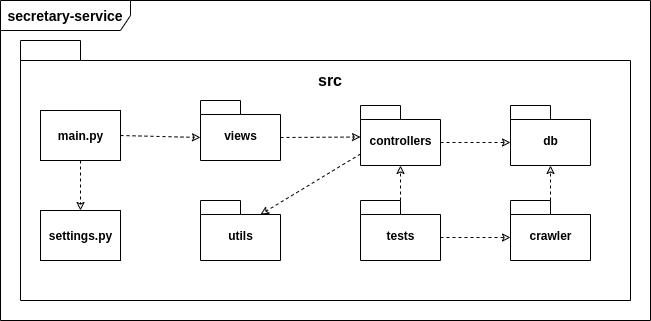
This is stay-safe/docs/images/architecture/secretary-service.png from fga-eps-mds/2020.1-stay-safe-docs, a draw.io export, as it was before one commit. Source tidied: cells renumbered, new cells last; positions are measured from the earlier drawing's top-left corner, leaving out a move shared by most shapes. Its diagram source:
```xml
<mxGraphModel>
  <root>
    <mxCell id="0" />
    <mxCell id="1" parent="0" />
    <mxCell id="2" value="&lt;b&gt;&lt;font style=&quot;font-size: 14px&quot;&gt;secretary-service&lt;/font&gt;&lt;/b&gt;" style="shape=umlFrame;whiteSpace=wrap;html=1;width=130;height=30;" parent="1" vertex="1">
      <mxGeometry width="650" height="320" as="geometry" />
    </mxCell>
    <mxCell id="3" value="crwaler" style="shape=folder;fontStyle=1;spacingTop=10;tabWidth=40;tabHeight=14;tabPosition=left;html=1;" parent="1" vertex="1">
      <mxGeometry x="200" y="130" width="70" height="50" as="geometry" />
    </mxCell>
    <mxCell id="4" value="main" style="shape=folder;fontStyle=1;spacingTop=10;tabWidth=40;tabHeight=14;tabPosition=left;html=1;" parent="1" vertex="1">
      <mxGeometry x="410" y="170" width="70" height="50" as="geometry" />
    </mxCell>
    <mxCell id="5" style="shape=folder;fontStyle=1;spacingTop=10;tabWidth=60;tabHeight=20;tabPosition=left;html=1;" parent="1" vertex="1">
      <mxGeometry x="20" y="40" width="610" height="260" as="geometry" />
    </mxCell>
    <mxCell id="6" value="&lt;b style=&quot;font-size: 16px;&quot;&gt;src&lt;/b&gt;" style="text;html=1;strokeColor=none;fillColor=none;align=center;verticalAlign=middle;whiteSpace=wrap;rounded=0;fontSize=16;" parent="1" vertex="1">
      <mxGeometry x="310" y="70" width="40" height="20" as="geometry" />
    </mxCell>
    <mxCell id="7" value="views" style="shape=folder;fontStyle=1;spacingTop=10;tabWidth=40;tabHeight=14;tabPosition=left;html=1;" parent="1" vertex="1">
      <mxGeometry x="200" y="100" width="80" height="60" as="geometry" />
    </mxCell>
    <mxCell id="8" value="&lt;b&gt;main.py&lt;/b&gt;" style="html=1;" parent="1" vertex="1">
      <mxGeometry x="40" y="110" width="80" height="50" as="geometry" />
    </mxCell>
    <mxCell id="9" value="&lt;b&gt;settings.py&lt;/b&gt;" style="html=1;" parent="1" vertex="1">
      <mxGeometry x="40" y="210" width="80" height="50" as="geometry" />
    </mxCell>
    <mxCell id="10" style="endArrow=classic;html=1;fontSize=16;dashed=1;endFill=0;exitX=1;exitY=0.5;exitDx=0;exitDy=0;entryX=0;entryY=0;entryDx=0;entryDy=37;entryPerimeter=0;" parent="1" edge="1" source="8" target="7">
      <mxGeometry relative="1" as="geometry" />
    </mxCell>
    <mxCell id="11" style="endArrow=classic;html=1;fontSize=16;dashed=1;endFill=0;exitX=0;exitY=0;exitDx=80;exitDy=37;exitPerimeter=0;" parent="1" edge="1" source="7">
      <mxGeometry relative="1" as="geometry">
        <mxPoint x="360" y="136.5" as="targetPoint" />
      </mxGeometry>
    </mxCell>
    <mxCell id="12" style="endArrow=classic;html=1;fontSize=16;dashed=1;endFill=0;exitX=0.5;exitY=1;exitDx=0;exitDy=0;" parent="1" edge="1" source="8" target="9">
      <mxGeometry relative="1" as="geometry" />
    </mxCell>
    <mxCell id="13" style="edgeStyle=orthogonalEdgeStyle;rounded=0;jettySize=auto;html=1;exitX=0;exitY=0;exitDx=80;exitDy=37;exitPerimeter=0;entryX=0;entryY=0;entryDx=0;entryDy=37;entryPerimeter=0;dashed=1;endArrow=classic;endFill=0;fontSize=16;" parent="1" edge="1" source="14" target="19">
      <mxGeometry relative="1" as="geometry" />
    </mxCell>
    <mxCell id="14" value="controllers" style="shape=folder;fontStyle=1;spacingTop=10;tabWidth=40;tabHeight=14;tabPosition=left;html=1;" parent="1" vertex="1">
      <mxGeometry x="360" y="105" width="80" height="60" as="geometry" />
    </mxCell>
    <mxCell id="15" value="utils" style="shape=folder;fontStyle=1;spacingTop=10;tabWidth=40;tabHeight=14;tabPosition=left;html=1;" parent="1" vertex="1">
      <mxGeometry x="200" y="200" width="80" height="60" as="geometry" />
    </mxCell>
    <mxCell id="16" style="endArrow=classic;html=1;fontSize=16;dashed=1;endFill=0;exitX=0;exitY=0;exitDx=0;exitDy=48.5;exitPerimeter=0;entryX=0;entryY=0;entryDx=60;entryDy=14;entryPerimeter=0;" parent="1" edge="1" source="14" target="15">
      <mxGeometry relative="1" as="geometry" />
    </mxCell>
    <mxCell id="17" style="edgeStyle=orthogonalEdgeStyle;rounded=0;jettySize=auto;html=1;exitX=0;exitY=0;exitDx=40;exitDy=0;exitPerimeter=0;entryX=0.5;entryY=1;entryDx=0;entryDy=0;entryPerimeter=0;dashed=1;endArrow=classic;endFill=0;fontSize=16;" parent="1" edge="1" source="18" target="19">
      <mxGeometry relative="1" as="geometry" />
    </mxCell>
    <mxCell id="18" value="crawler" style="shape=folder;fontStyle=1;spacingTop=10;tabWidth=40;tabHeight=14;tabPosition=left;html=1;" parent="1" vertex="1">
      <mxGeometry x="510" y="200" width="80" height="60" as="geometry" />
    </mxCell>
    <mxCell id="19" value="db" style="shape=folder;fontStyle=1;spacingTop=10;tabWidth=40;tabHeight=14;tabPosition=left;html=1;" parent="1" vertex="1">
      <mxGeometry x="510" y="105" width="80" height="60" as="geometry" />
    </mxCell>
    <mxCell id="20" style="edgeStyle=orthogonalEdgeStyle;rounded=0;jettySize=auto;html=1;exitX=0;exitY=0;exitDx=40;exitDy=0;exitPerimeter=0;entryX=0.5;entryY=1;entryDx=0;entryDy=0;entryPerimeter=0;dashed=1;endArrow=classic;endFill=0;fontSize=16;" parent="1" edge="1" source="22" target="14">
      <mxGeometry relative="1" as="geometry" />
    </mxCell>
    <mxCell id="21" style="edgeStyle=orthogonalEdgeStyle;rounded=0;jettySize=auto;html=1;exitX=0;exitY=0;exitDx=80;exitDy=37;exitPerimeter=0;entryX=0;entryY=0;entryDx=0;entryDy=37;entryPerimeter=0;dashed=1;endArrow=classic;endFill=0;fontSize=16;" parent="1" edge="1" source="22" target="18">
      <mxGeometry relative="1" as="geometry" />
    </mxCell>
    <mxCell id="22" value="tests" style="shape=folder;fontStyle=1;spacingTop=10;tabWidth=40;tabHeight=14;tabPosition=left;html=1;" parent="1" vertex="1">
      <mxGeometry x="360" y="200" width="80" height="60" as="geometry" />
    </mxCell>
  </root>
</mxGraphModel>
```
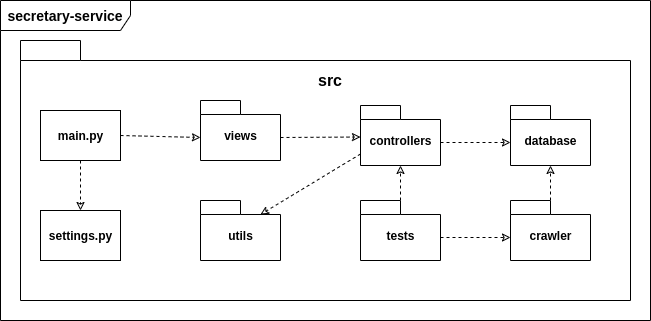
Later version of the same file.

Diff of the diagram source:
```diff
@@ -55,7 +55,7 @@
     <mxCell id="18" value="crawler" style="shape=folder;fontStyle=1;spacingTop=10;tabWidth=40;tabHeight=14;tabPosition=left;html=1;" parent="1" vertex="1">
       <mxGeometry x="510" y="200" width="80" height="60" as="geometry" />
     </mxCell>
-    <mxCell id="19" value="db" style="shape=folder;fontStyle=1;spacingTop=10;tabWidth=40;tabHeight=14;tabPosition=left;html=1;" parent="1" vertex="1">
+    <mxCell id="19" value="database" style="shape=folder;fontStyle=1;spacingTop=10;tabWidth=40;tabHeight=14;tabPosition=left;html=1;" parent="1" vertex="1">
       <mxGeometry x="510" y="105" width="80" height="60" as="geometry" />
     </mxCell>
     <mxCell id="20" style="edgeStyle=orthogonalEdgeStyle;rounded=0;jettySize=auto;html=1;exitX=0;exitY=0;exitDx=40;exitDy=0;exitPerimeter=0;entryX=0.5;entryY=1;entryDx=0;entryDy=0;entryPerimeter=0;dashed=1;endArrow=classic;endFill=0;fontSize=16;" parent="1" edge="1" source="22" target="14">
```
